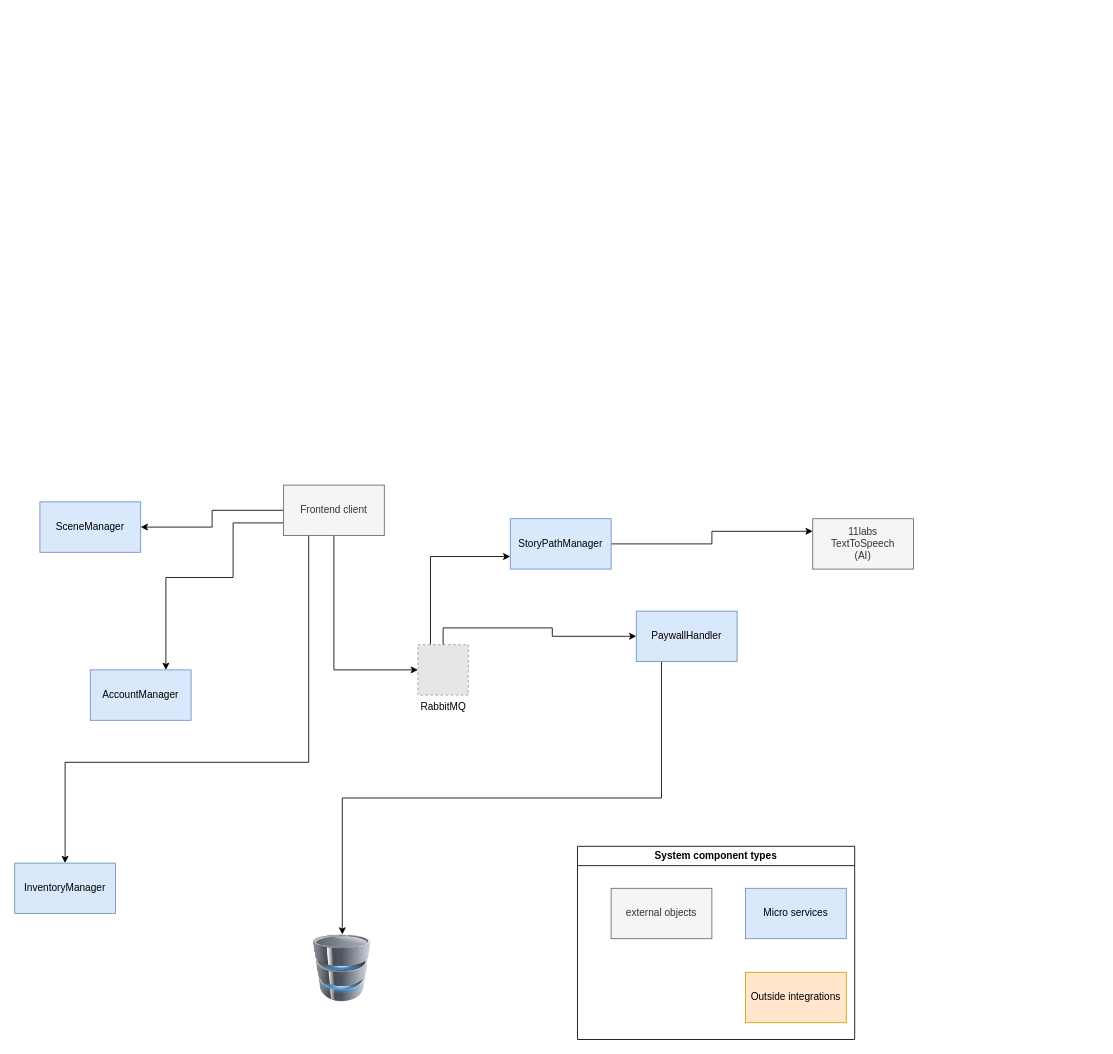
Grupp2B-Spam/RPG_Choose_Your_Fate_Sem2 keeps this draw.io diagram as architecture diagram.drawio. Above is the earlier version. Source tidied: cells renumbered, new cells numbered last; positions are measured from the earlier drawing's top-left corner, leaving out a move shared by most shapes. Both pictures are drawn from the tidied source at 84%, with x=0, y=0 at pixel (14, 485). Pictures stored in the file or linked from it are replaced by grey dashed boxes.
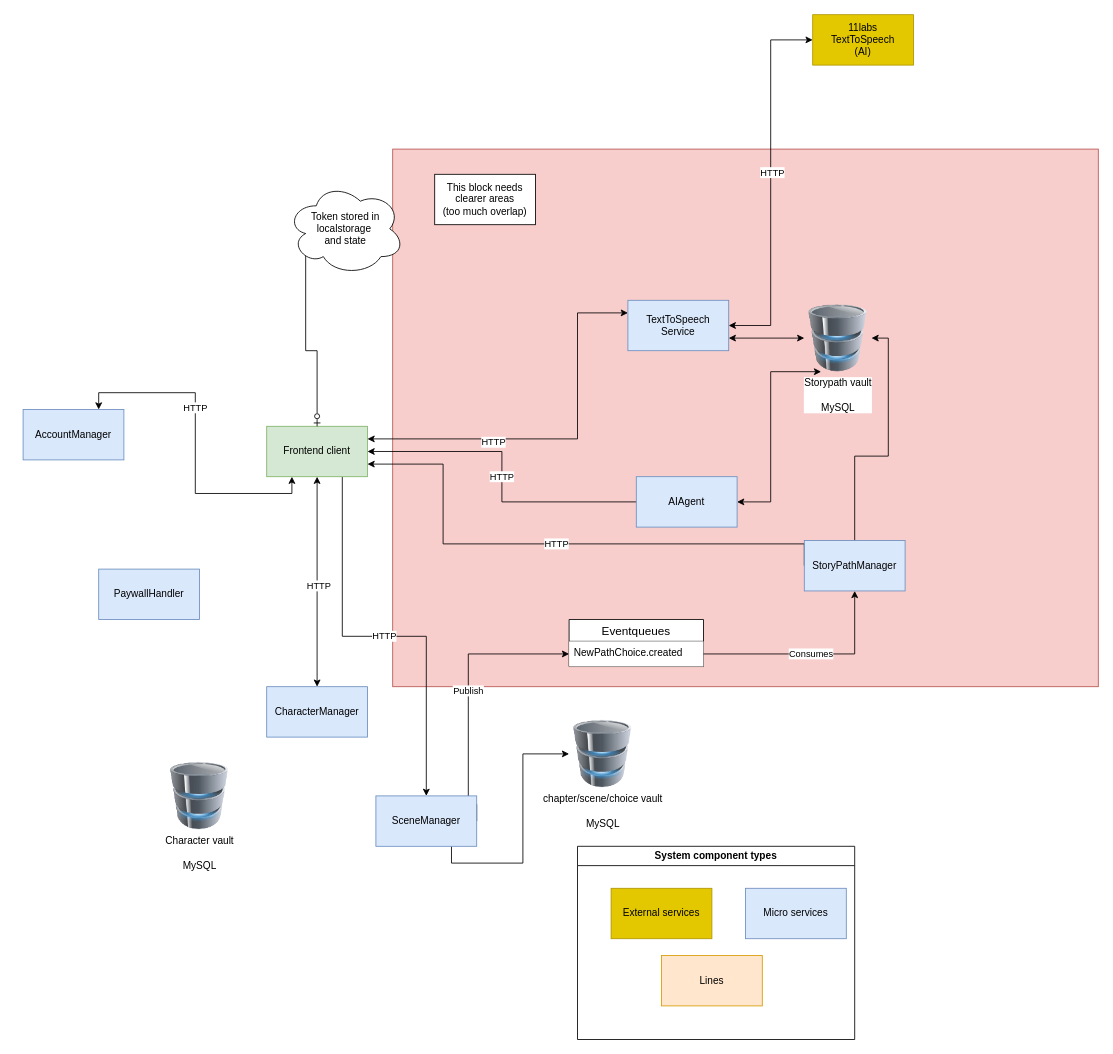
After the change.

Unchanged cells that the change refers to:
```xml
<mxCell id="7" value="System component types" style="swimlane;whiteSpace=wrap;html=1;" parent="1" vertex="1">
  <mxGeometry x="670" y="430" width="330" height="230" as="geometry" />
</mxCell>
```

What changed in the source:
```diff
@@
-    <mxCell id="2" style="edgeStyle=orthogonalEdgeStyle;rounded=0;jettySize=auto;html=1;exitX=0.5;exitY=1;exitDx=0;exitDy=0;entryX=0;entryY=0.5;entryDx=0;entryDy=0;" parent="1" edge="1" source="6" target="12">
-      <mxGeometry relative="1" as="geometry" />
-    </mxCell>
-    <mxCell id="3" style="edgeStyle=orthogonalEdgeStyle;rounded=0;jettySize=auto;html=1;exitX=0.25;exitY=1;exitDx=0;exitDy=0;entryX=0.5;entryY=0;entryDx=0;entryDy=0;" parent="1" edge="1" source="6" target="14">
-      <mxGeometry relative="1" as="geometry">
-        <Array as="points">
-          <mxPoint x="350" y="330" />
-          <mxPoint x="60" y="330" />
-        </Array>
-      </mxGeometry>
-    </mxCell>
+    <mxCell id="23" style="rounded=0;whiteSpace=wrap;html=1;fillColor=#f8cecc;strokeColor=#b85450;" parent="1" vertex="1">
+      <mxGeometry x="450" y="-400" width="840" height="640" as="geometry" />
+    </mxCell>
+    <mxCell id="5" style="edgeStyle=orthogonalEdgeStyle;rounded=0;jettySize=auto;html=1;exitX=0.25;exitY=1;exitDx=0;exitDy=0;entryX=0.75;entryY=0;entryDx=0;entryDy=0;startArrow=classic;startFill=1;" parent="1" edge="1" source="6" target="13">
+      <mxGeometry relative="1" as="geometry" />
+    </mxCell>
+    <mxCell id="24" value="HTTP" style="edgeLabel;html=1;align=center;verticalAlign=middle;" parent="5" vertex="1">
+      <mxGeometry x="0.22" y="1" relative="1" as="geometry" />
+    </mxCell>
-    <mxCell id="4" style="edgeStyle=orthogonalEdgeStyle;rounded=0;jettySize=auto;html=1;exitX=0;exitY=0.5;exitDx=0;exitDy=0;entryX=1;entryY=0.5;entryDx=0;entryDy=0;" parent="1" edge="1" source="6" target="15">
+    <mxCell id="4" value="HTTP" style="edgeStyle=orthogonalEdgeStyle;rounded=0;jettySize=auto;html=1;exitX=0.75;exitY=1;exitDx=0;exitDy=0;entryX=0.5;entryY=0;entryDx=0;entryDy=0;" parent="1" edge="1" source="6" target="15">
       <mxGeometry relative="1" as="geometry" />
     </mxCell>
-    <mxCell id="5" style="edgeStyle=orthogonalEdgeStyle;rounded=0;jettySize=auto;html=1;exitX=0;exitY=0.75;exitDx=0;exitDy=0;entryX=0.75;entryY=0;entryDx=0;entryDy=0;" parent="1" edge="1" source="6" target="13">
-      <mxGeometry relative="1" as="geometry">
-        <Array as="points">
-          <mxPoint x="260" y="45" />
-          <mxPoint x="260" y="110" />
-          <mxPoint x="180" y="110" />
-        </Array>
-      </mxGeometry>
-    </mxCell>
-    <mxCell id="6" value="Frontend client" style="rounded=0;whiteSpace=wrap;html=1;fillColor=#f5f5f5;fontColor=#333333;strokeColor=#666666;" parent="1" vertex="1">
-      <mxGeometry x="320" width="120" height="60" as="geometry" />
+    <mxCell id="6" value="Frontend client" style="rounded=0;whiteSpace=wrap;html=1;fillColor=#d5e8d4;strokeColor=#82b366;" parent="1" vertex="1">
+      <mxGeometry x="300" y="-70" width="120" height="60" as="geometry" />
     </mxCell>
@@
-    <mxCell id="8" value="Outside integrations" style="rounded=0;whiteSpace=wrap;html=1;fillColor=#ffe6cc;strokeColor=#d79b00;" parent="7" vertex="1">
-      <mxGeometry x="200" y="150" width="120" height="60" as="geometry" />
+    <mxCell id="8" value="Lines" style="rounded=0;whiteSpace=wrap;html=1;fillColor=#ffe6cc;strokeColor=#d79b00;" parent="7" vertex="1">
+      <mxGeometry x="100" y="130" width="120" height="60" as="geometry" />
     </mxCell>
@@
-    <mxCell id="10" value="external objects" style="rounded=0;whiteSpace=wrap;html=1;fillColor=#f5f5f5;fontColor=#333333;strokeColor=#666666;" parent="7" vertex="1">
+    <mxCell id="10" value="External services" style="rounded=0;whiteSpace=wrap;html=1;fillColor=#e3c800;fontColor=#000000;strokeColor=#B09500;" parent="7" vertex="1">
       <mxGeometry x="40" y="50" width="120" height="60" as="geometry" />
     </mxCell>
-    <mxCell id="11" style="edgeStyle=orthogonalEdgeStyle;rounded=0;jettySize=auto;html=1;exitX=0.25;exitY=0;exitDx=0;exitDy=0;entryX=0;entryY=0.75;entryDx=0;entryDy=0;" parent="1" edge="1" source="12" target="17">
-      <mxGeometry relative="1" as="geometry" />
-    </mxCell>
-    <mxCell id="12" value="RabbitMQ" style="fillColor=#E6E6E6;strokeColor=#999999;dashed=1;html=1;verticalAlign=top;verticalLabelPosition=bottom;labelBackgroundColor=#ffffff;" parent="1" vertex="1">
-      <mxGeometry x="480" y="190" width="60" height="60" as="geometry" />
-    </mxCell>
     <mxCell id="13" value="AccountManager" style="rounded=0;whiteSpace=wrap;html=1;fillColor=#dae8fc;strokeColor=#6c8ebf;" parent="1" vertex="1">
-      <mxGeometry x="90" y="220" width="120" height="60" as="geometry" />
+      <mxGeometry x="10" y="-90" width="120" height="60" as="geometry" />
     </mxCell>
+    <mxCell id="25" style="edgeStyle=orthogonalEdgeStyle;rounded=0;jettySize=auto;html=1;exitX=0.5;exitY=0;exitDx=0;exitDy=0;entryX=0.5;entryY=1;entryDx=0;entryDy=0;startArrow=classic;startFill=1;" parent="1" edge="1" source="14" target="6">
+      <mxGeometry relative="1" as="geometry" />
+    </mxCell>
+    <mxCell id="26" value="HTTP" style="edgeLabel;html=1;align=center;verticalAlign=middle;" parent="25" vertex="1">
+      <mxGeometry x="-0.03" y="-1" relative="1" as="geometry" />
+    </mxCell>
-    <mxCell id="14" value="InventoryManager" style="rounded=0;whiteSpace=wrap;html=1;fillColor=#dae8fc;strokeColor=#6c8ebf;" parent="1" vertex="1">
-      <mxGeometry y="450" width="120" height="60" as="geometry" />
+    <mxCell id="14" value="CharacterManager" style="rounded=0;whiteSpace=wrap;html=1;fillColor=#dae8fc;strokeColor=#6c8ebf;" parent="1" vertex="1">
+      <mxGeometry x="300" y="240" width="120" height="60" as="geometry" />
     </mxCell>
+    <mxCell id="27" value="Publish" style="edgeStyle=orthogonalEdgeStyle;rounded=0;jettySize=auto;html=1;exitX=1;exitY=0.5;exitDx=0;exitDy=0;entryX=0;entryY=0.5;entryDx=0;entryDy=0;" parent="1" edge="1" source="15" target="41">
+      <mxGeometry relative="1" as="geometry">
+        <Array as="points">
+          <mxPoint x="540" y="380" />
+          <mxPoint x="540" y="201" />
+        </Array>
+      </mxGeometry>
+    </mxCell>
+    <mxCell id="28" style="edgeStyle=orthogonalEdgeStyle;rounded=0;jettySize=auto;html=1;exitX=0.75;exitY=1;exitDx=0;exitDy=0;entryX=0;entryY=0.5;entryDx=0;entryDy=0;" parent="1" edge="1" source="15" target="46">
+      <mxGeometry relative="1" as="geometry" />
+    </mxCell>
     <mxCell id="15" value="SceneManager" style="rounded=0;whiteSpace=wrap;html=1;fillColor=#dae8fc;strokeColor=#6c8ebf;" parent="1" vertex="1">
-      <mxGeometry x="30" y="20" width="120" height="60" as="geometry" />
+      <mxGeometry x="430" y="370" width="120" height="60" as="geometry" />
     </mxCell>
-    <mxCell id="16" style="edgeStyle=orthogonalEdgeStyle;rounded=0;jettySize=auto;html=1;exitX=1;exitY=0.5;exitDx=0;exitDy=0;entryX=0;entryY=0.25;entryDx=0;entryDy=0;" parent="1" edge="1" source="17" target="22">
-      <mxGeometry relative="1" as="geometry" />
-    </mxCell>
+    <mxCell id="29" style="edgeStyle=orthogonalEdgeStyle;rounded=0;jettySize=auto;html=1;exitX=0.5;exitY=0;exitDx=0;exitDy=0;entryX=1;entryY=0.5;entryDx=0;entryDy=0;" parent="1" edge="1" source="17" target="21">
+      <mxGeometry relative="1" as="geometry" />
+    </mxCell>
+    <mxCell id="30" value="HTTP" style="edgeStyle=orthogonalEdgeStyle;rounded=0;jettySize=auto;html=1;exitX=0;exitY=0.5;exitDx=0;exitDy=0;entryX=1;entryY=0.75;entryDx=0;entryDy=0;" parent="1" edge="1" source="17" target="6">
+      <mxGeometry relative="1" as="geometry">
+        <Array as="points">
+          <mxPoint x="510" y="70" />
+          <mxPoint x="510" y="-25" />
+        </Array>
+      </mxGeometry>
+    </mxCell>
     <mxCell id="17" value="StoryPathManager" style="rounded=0;whiteSpace=wrap;html=1;fillColor=#dae8fc;strokeColor=#6c8ebf;" parent="1" vertex="1">
-      <mxGeometry x="590" y="40" width="120" height="60" as="geometry" />
+      <mxGeometry x="940" y="66" width="120" height="60" as="geometry" />
     </mxCell>
-    <mxCell id="18" style="edgeStyle=orthogonalEdgeStyle;rounded=0;jettySize=auto;html=1;exitX=0;exitY=0.5;exitDx=0;exitDy=0;entryX=0.5;entryY=0;entryDx=0;entryDy=0;endArrow=none;endFill=0;startArrow=classic;startFill=1;" parent="1" edge="1" source="20" target="12">
-      <mxGeometry relative="1" as="geometry" />
-    </mxCell>
-    <mxCell id="19" style="edgeStyle=orthogonalEdgeStyle;rounded=0;jettySize=auto;html=1;exitX=0.25;exitY=1;exitDx=0;exitDy=0;entryX=0.5;entryY=0;entryDx=0;entryDy=0;" parent="1" edge="1" source="20" target="21">
-      <mxGeometry relative="1" as="geometry" />
-    </mxCell>
     <mxCell id="20" value="PaywallHandler" style="rounded=0;whiteSpace=wrap;html=1;fillColor=#dae8fc;strokeColor=#6c8ebf;" parent="1" vertex="1">
-      <mxGeometry x="740" y="150" width="120" height="60" as="geometry" />
+      <mxGeometry x="100" y="100" width="120" height="60" as="geometry" />
     </mxCell>
+    <mxCell id="31" style="edgeStyle=orthogonalEdgeStyle;rounded=0;jettySize=auto;html=1;exitX=0.25;exitY=1;exitDx=0;exitDy=0;entryX=1;entryY=0.5;entryDx=0;entryDy=0;startArrow=classic;startFill=1;" parent="1" edge="1" source="21" target="43">
+      <mxGeometry relative="1" as="geometry">
+        <Array as="points">
+          <mxPoint x="900" y="-135" />
+          <mxPoint x="900" y="20" />
+        </Array>
+      </mxGeometry>
+    </mxCell>
-    <mxCell id="21" style="image;html=1;image=img/lib/clip_art/computers/Database_128x128.png;" parent="1" vertex="1">
-      <mxGeometry x="350" y="535" width="80" height="80" as="geometry" />
+    <mxCell id="21" value="Storypath vault&lt;div&gt;&lt;br&gt;&lt;/div&gt;&lt;div&gt;MySQL&lt;/div&gt;" style="image;html=1;image=img/lib/clip_art/computers/Database_128x128.png;" parent="1" vertex="1">
+      <mxGeometry x="940" y="-215" width="80" height="80" as="geometry" />
     </mxCell>
-    <mxCell id="22" value="11labs&lt;br&gt;TextToSpeech&lt;br&gt;(AI)" style="rounded=0;whiteSpace=wrap;html=1;fillColor=#f5f5f5;fontColor=#333333;strokeColor=#666666;" parent="1" vertex="1">
-      <mxGeometry x="950" y="40" width="120" height="60" as="geometry" />
+    <mxCell id="22" value="11labs&lt;br&gt;TextToSpeech&lt;br&gt;(AI)" style="rounded=0;whiteSpace=wrap;html=1;fillColor=#e3c800;fontColor=#000000;strokeColor=#B09500;" parent="1" vertex="1">
+      <mxGeometry x="950" y="-560" width="120" height="60" as="geometry" />
     </mxCell>
+    <mxCell id="32" style="edgeStyle=orthogonalEdgeStyle;rounded=0;jettySize=auto;html=1;exitX=1;exitY=0.5;exitDx=0;exitDy=0;entryX=0;entryY=0.5;entryDx=0;entryDy=0;startArrow=classic;startFill=1;" parent="1" edge="1" source="37" target="22">
+      <mxGeometry relative="1" as="geometry" />
+    </mxCell>
+    <mxCell id="33" value="HTTP" style="edgeLabel;html=1;align=center;verticalAlign=middle;" parent="32" vertex="1">
+      <mxGeometry x="0.06" y="-1" relative="1" as="geometry" />
+    </mxCell>
+    <mxCell id="34" style="edgeStyle=orthogonalEdgeStyle;rounded=0;jettySize=auto;html=1;exitX=0;exitY=0.25;exitDx=0;exitDy=0;entryX=1;entryY=0.25;entryDx=0;entryDy=0;startArrow=classic;startFill=1;" parent="1" edge="1" source="37" target="6">
+      <mxGeometry relative="1" as="geometry">
+        <Array as="points">
+          <mxPoint x="670" y="-205" />
+          <mxPoint x="670" y="-55" />
+        </Array>
+      </mxGeometry>
+    </mxCell>
+    <mxCell id="35" value="HTTP" style="edgeLabel;html=1;align=center;verticalAlign=middle;" parent="34" vertex="1">
+      <mxGeometry x="0.35" y="3" relative="1" as="geometry" />
+    </mxCell>
+    <mxCell id="36" style="edgeStyle=orthogonalEdgeStyle;rounded=0;jettySize=auto;html=1;exitX=1;exitY=0.75;exitDx=0;exitDy=0;entryX=0;entryY=0.5;entryDx=0;entryDy=0;startArrow=classic;startFill=1;" parent="1" edge="1" source="37" target="21">
+      <mxGeometry relative="1" as="geometry" />
+    </mxCell>
+    <mxCell id="37" value="TextToSpeech Service" style="rounded=0;whiteSpace=wrap;html=1;fillColor=#dae8fc;strokeColor=#6c8ebf;" parent="1" vertex="1">
+      <mxGeometry x="730" y="-220" width="120" height="60" as="geometry" />
+    </mxCell>
+    <mxCell id="38" style="edgeStyle=orthogonalEdgeStyle;rounded=0;jettySize=auto;html=1;exitX=0.16;exitY=0.55;exitDx=0;exitDy=0;exitPerimeter=0;entryX=0.5;entryY=0;entryDx=0;entryDy=0;endArrow=ERzeroToOne;endFill=0;" parent="1" edge="1" source="39" target="6">
+      <mxGeometry relative="1" as="geometry" />
+    </mxCell>
+    <mxCell id="39" value="Token stored in localstorage&amp;nbsp;&lt;div&gt;and state&lt;/div&gt;" style="ellipse;shape=cloud;whiteSpace=wrap;html=1;rounded=0;" parent="1" vertex="1">
+      <mxGeometry x="324" y="-360" width="140" height="110" as="geometry" />
+    </mxCell>
+    <mxCell id="40" value="Eventqueues" style="swimlane;fontStyle=0;horizontal=1;startSize=26;align=center;fontSize=14;" parent="1" vertex="1">
+      <mxGeometry x="660" y="160" width="160" height="56" as="geometry" />
+    </mxCell>
+    <mxCell id="41" value="NewPathChoice.created" style="text;spacingLeft=4;spacingRight=4;overflow=hidden;points=[[0,0.5],[1,0.5]];portConstraint=eastwest;fontSize=12;whiteSpace=wrap;html=1;fillColor=default;" parent="40" vertex="1">
+      <mxGeometry y="26" width="160" height="30" as="geometry" />
+    </mxCell>
+    <mxCell id="42" value="HTTP" style="edgeStyle=orthogonalEdgeStyle;rounded=0;jettySize=auto;html=1;exitX=0;exitY=0.5;exitDx=0;exitDy=0;entryX=1;entryY=0.5;entryDx=0;entryDy=0;" parent="1" edge="1" source="43" target="6">
+      <mxGeometry relative="1" as="geometry" />
+    </mxCell>
+    <mxCell id="43" value="AIAgent" style="rounded=0;whiteSpace=wrap;html=1;fillColor=#dae8fc;strokeColor=#6c8ebf;" parent="1" vertex="1">
+      <mxGeometry x="740" y="-10" width="120" height="60" as="geometry" />
+    </mxCell>
+    <mxCell id="44" value="Character vault&lt;div&gt;&lt;br&gt;&lt;/div&gt;&lt;div&gt;MySQL&lt;/div&gt;" style="image;html=1;image=img/lib/clip_art/computers/Database_128x128.png;" parent="1" vertex="1">
+      <mxGeometry x="180" y="330" width="80" height="80" as="geometry" />
+    </mxCell>
+    <mxCell id="45" value="Consumes" style="edgeStyle=orthogonalEdgeStyle;rounded=0;jettySize=auto;html=1;exitX=1;exitY=0.5;exitDx=0;exitDy=0;entryX=0.5;entryY=1;entryDx=0;entryDy=0;" parent="1" edge="1" source="41" target="17">
+      <mxGeometry relative="1" as="geometry" />
+    </mxCell>
+    <mxCell id="46" value="chapter/scene/choice vault&lt;div&gt;&lt;br&gt;&lt;/div&gt;&lt;div&gt;MySQL&lt;/div&gt;" style="image;html=1;image=img/lib/clip_art/computers/Database_128x128.png;" parent="1" vertex="1">
+      <mxGeometry x="660" y="280" width="80" height="80" as="geometry" />
+    </mxCell>
+    <mxCell id="47" value="This block needs clearer areas&lt;div&gt;(too much overlap)&lt;/div&gt;" style="rounded=0;whiteSpace=wrap;html=1;" parent="1" vertex="1">
+      <mxGeometry x="500" y="-370" width="120" height="60" as="geometry" />
+    </mxCell>
```
